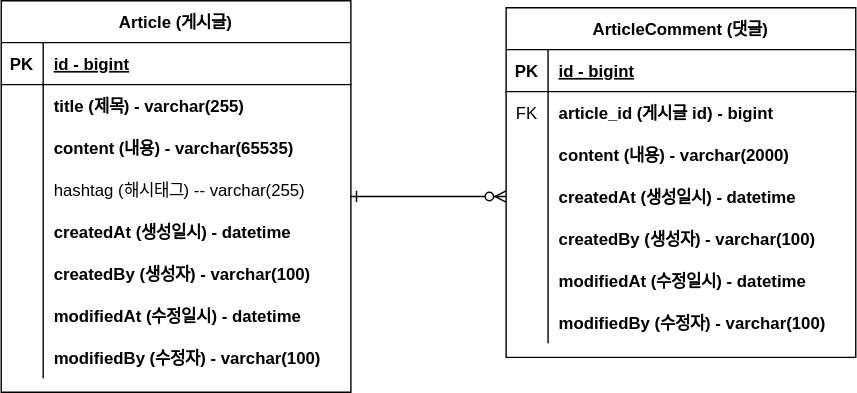
Above: document/project-board-erd.drawio.svg in mansooonuna/fastcampus-project1-board (draw.io), before the change. Source tidied: cells renumbered, new cells last; positions are measured from the earlier drawing's top-left corner, leaving out a move shared by most shapes.
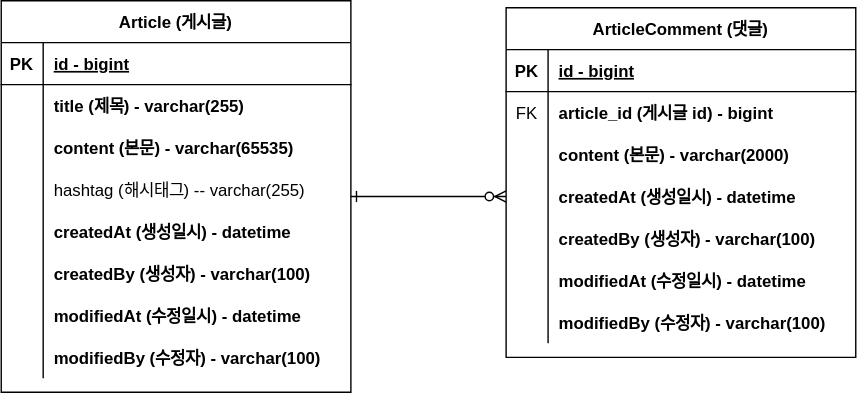
The same diagram one commit later.

Commit message:
#8 - ERD 주석 업데이트

What changed in the source:
```diff
@@ -32,7 +32,7 @@
     <mxCell id="11" style="shape=partialRectangle;overflow=hidden;fillColor=none;top=0;left=0;bottom=0;right=0;" parent="10" vertex="1">
       <mxGeometry width="30" height="30" as="geometry" />
     </mxCell>
-    <mxCell id="12" value="content (내용) - varchar(65535)" style="shape=partialRectangle;overflow=hidden;fillColor=none;top=0;left=0;bottom=0;right=0;align=left;spacingLeft=6;fontStyle=1;" parent="10" vertex="1">
+    <mxCell id="12" value="content (본문) - varchar(65535)" style="shape=partialRectangle;overflow=hidden;fillColor=none;top=0;left=0;bottom=0;right=0;align=left;spacingLeft=6;fontStyle=1;" parent="10" vertex="1">
       <mxGeometry x="30" width="220" height="30" as="geometry" />
     </mxCell>
     <mxCell id="13" style="shape=partialRectangle;fillColor=none;top=0;left=0;right=0;bottom=0;" parent="3" vertex="1">
@@ -107,7 +107,7 @@
     <mxCell id="36" style="shape=partialRectangle;overflow=hidden;fillColor=none;top=0;left=0;bottom=0;right=0;" parent="35" vertex="1">
       <mxGeometry width="30" height="30" as="geometry" />
     </mxCell>
-    <mxCell id="37" value="content (내용) - varchar(2000)" style="shape=partialRectangle;overflow=hidden;fillColor=none;top=0;left=0;bottom=0;right=0;align=left;spacingLeft=6;fontStyle=1;" parent="35" vertex="1">
+    <mxCell id="37" value="content (본문) - varchar(2000)" style="shape=partialRectangle;overflow=hidden;fillColor=none;top=0;left=0;bottom=0;right=0;align=left;spacingLeft=6;fontStyle=1;" parent="35" vertex="1">
       <mxGeometry x="30" width="220" height="30" as="geometry" />
     </mxCell>
     <mxCell id="38" style="shape=partialRectangle;fillColor=none;points=[[0,0.5],[1,0.5]];portConstraint=eastwest;top=0;left=0;right=0;bottom=0;" parent="28" vertex="1">
```
